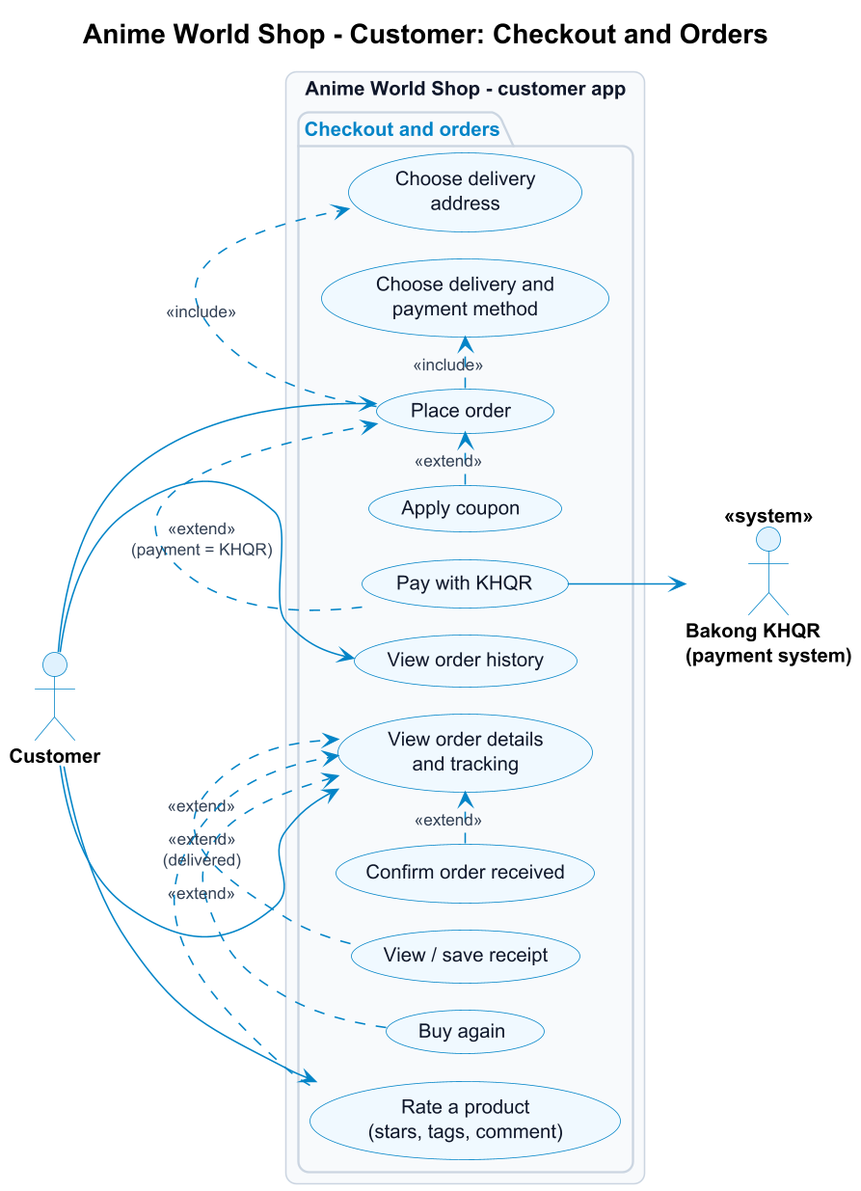
Before: docs/requirements/diagrams/use-case-customer-orders.png, a diagram exported from PlantUML (Vanchha16/MA_Final).
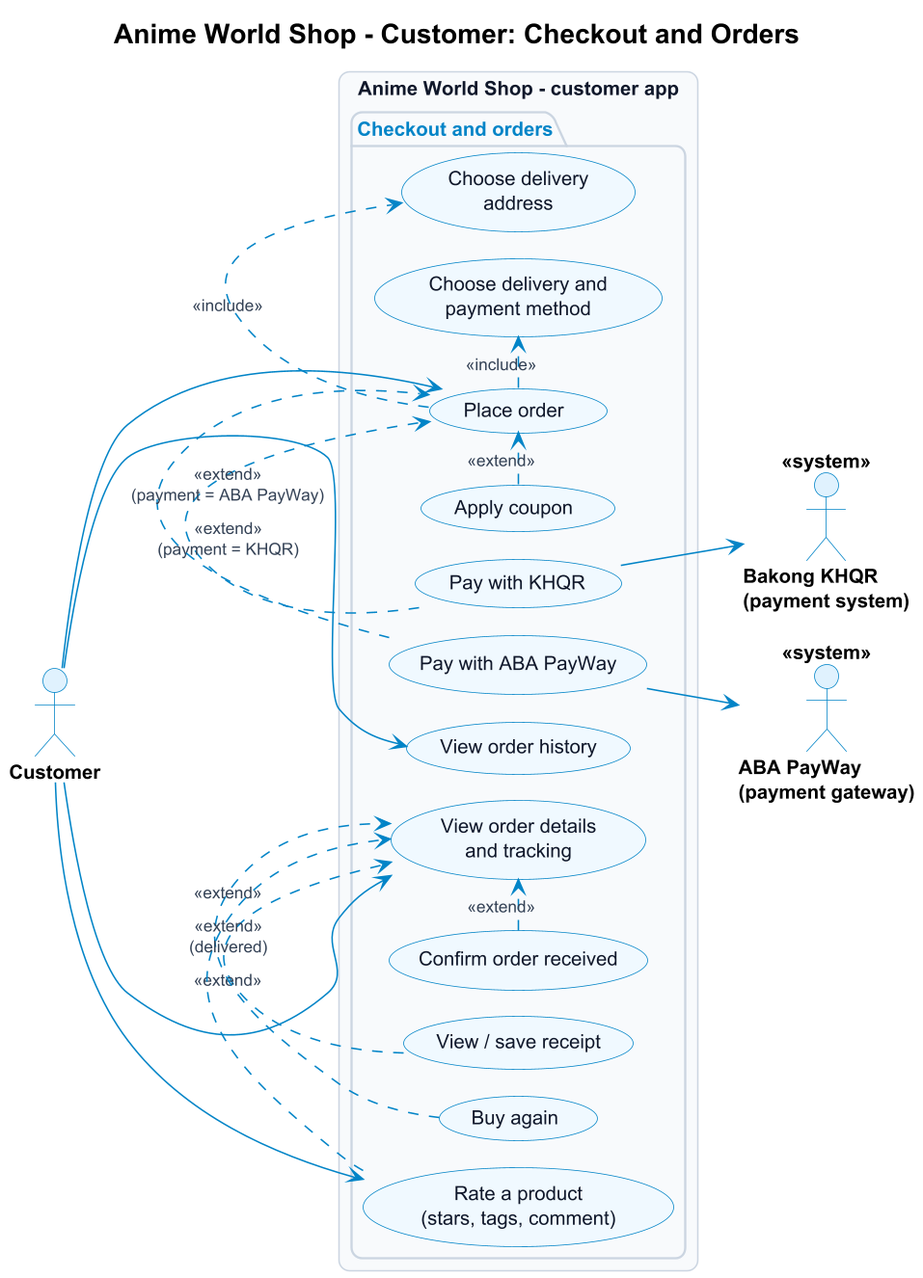
Later version of the same file.

Diff of the diagram source:
```diff
@@ -7,6 +7,7 @@
 
 actor Customer
 actor "Bakong KHQR\n(payment system)" as Bakong <<system>>
+actor "ABA PayWay\n(payment gateway)" as PayWay <<system>>
 
 rectangle "Anime World Shop - customer app" {
   package "Checkout and orders" {
@@ -15,6 +16,7 @@
     usecase "Choose delivery and\npayment method" as C_Method
     usecase "Apply coupon" as C_Coupon
     usecase "Pay with KHQR" as C_Khqr
+    usecase "Pay with ABA PayWay" as C_Aba
     usecase "View order history" as C_History
     usecase "View order details\nand tracking" as C_OrderDetails
     usecase "Confirm order received" as C_Received
@@ -30,6 +32,8 @@
 C_Coupon .> C_Order : <<extend>>
 C_Khqr .> C_Order : <<extend>>\n(payment = KHQR)
 C_Khqr --> Bakong
+C_Aba .> C_Order : <<extend>>\n(payment = ABA PayWay)
+C_Aba --> PayWay
 Customer --> C_History
 Customer --> C_OrderDetails
 C_Received .> C_OrderDetails : <<extend>>
```
